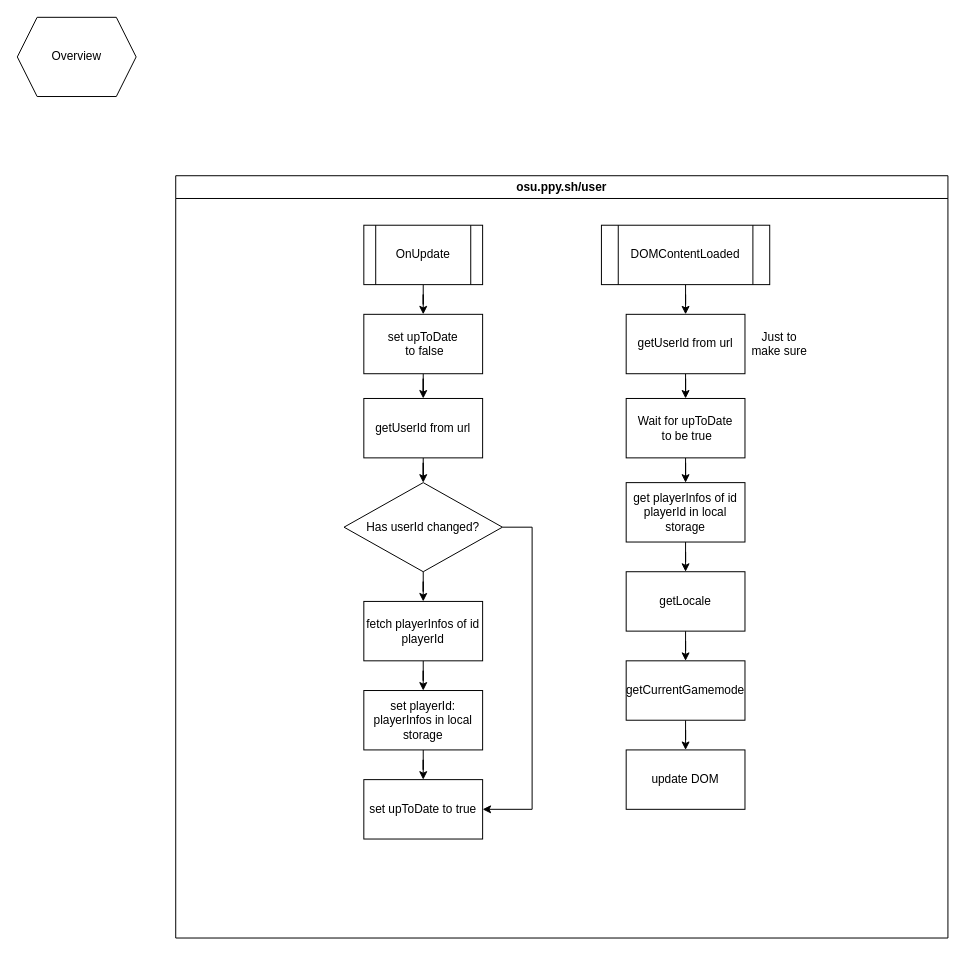
The draw.io diagram page "Extension" (2 of 3) of BellaFiora.drawio in BellaFiora/BellaFiora, before the edit. Source tidied: cells renumbered, new cells numbered last; positions are measured from the earlier drawing's top-left corner, leaving out a move shared by most shapes. Both pictures are drawn from the tidied source at 99%, with x=0, y=0 at pixel (17, 17).
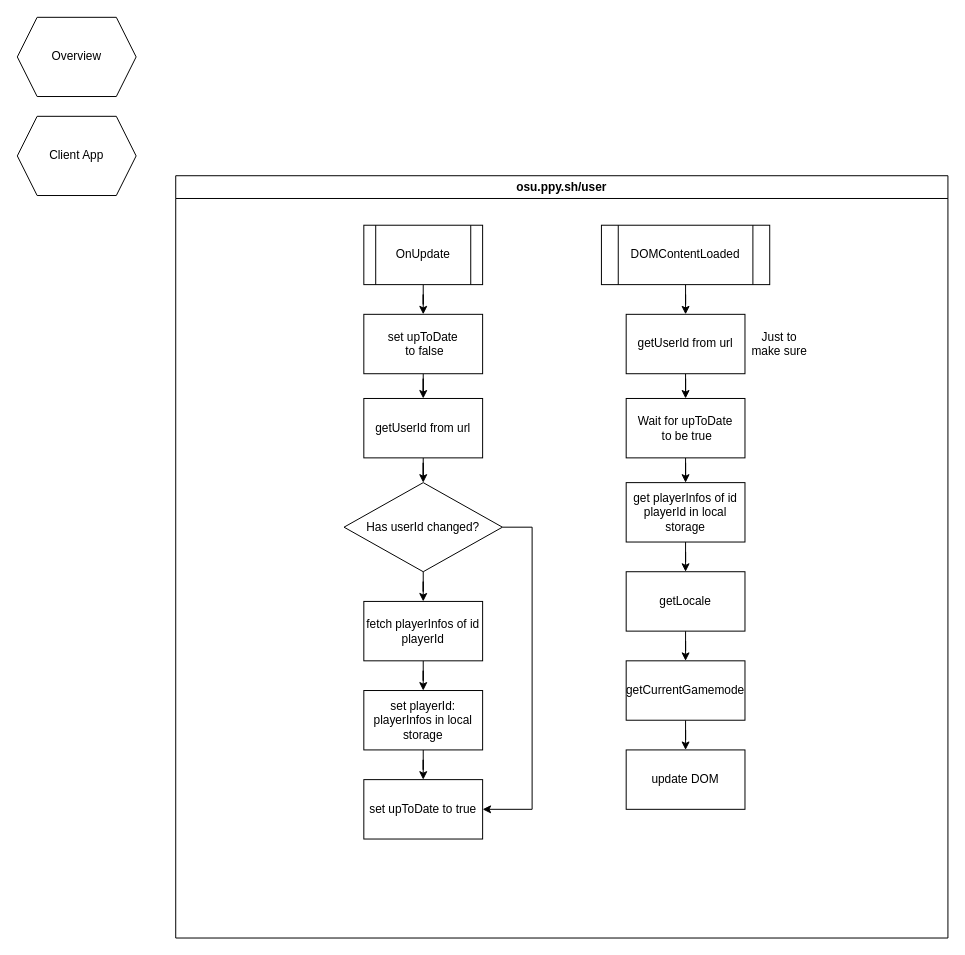
After the change.

What changed in the source:
```diff
@@
+    <mxCell id="32" value="Client App" style="shape=hexagon;perimeter=hexagonPerimeter2;whiteSpace=wrap;html=1;fixedSize=1;" parent="1" vertex="1">
+      <mxGeometry y="100" width="120" height="80" as="geometry" />
+    </mxCell>
```
